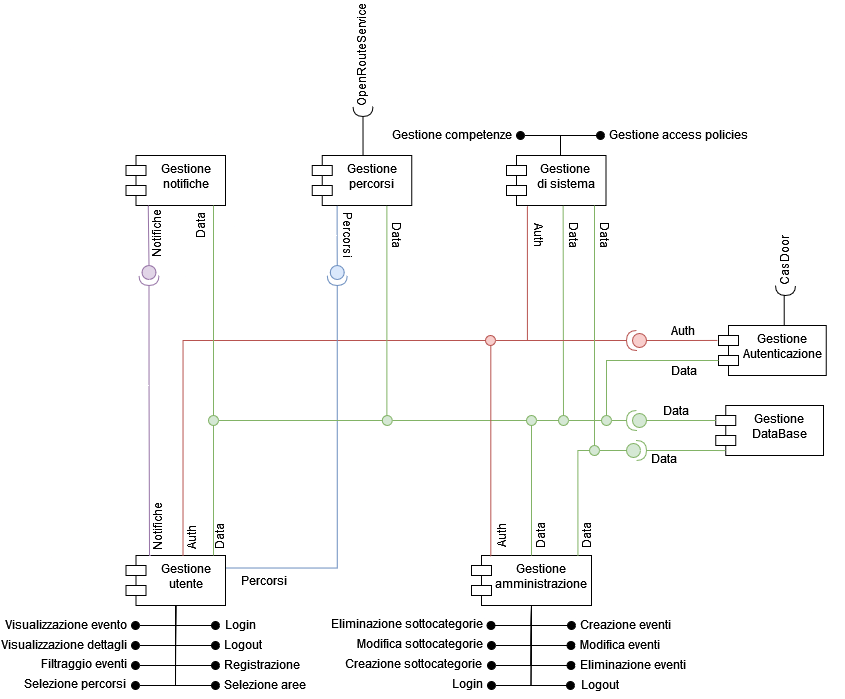
ELI20ZIVI/BeeLive keeps this draw.io diagram as Deliverable-2/Images/ComponentDiagram.png. Above is the earlier version. Source tidied: cells renumbered, new cells last; positions are measured from the earlier drawing's top-left corner, leaving out a move shared by most shapes.
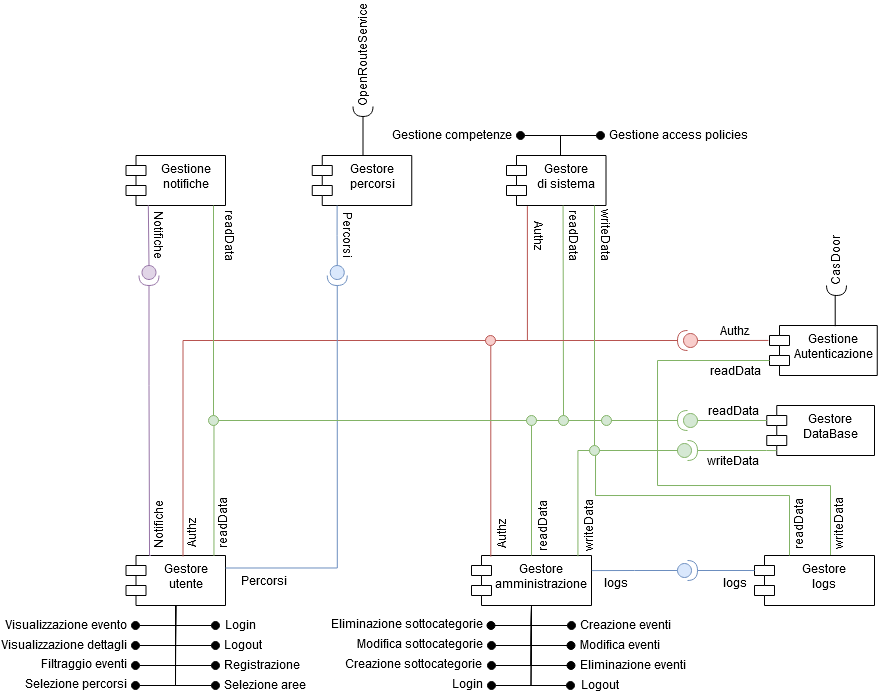
Above is the later version.

What changed in the source:
```diff
@@ -4,3 +4,3 @@
     <mxCell id="1" parent="0" />
-    <mxCell id="2" value="Gestione utente" style="shape=module;align=left;spacingLeft=20;align=center;verticalAlign=top;whiteSpace=wrap;html=1;" parent="1" vertex="1">
+    <mxCell id="2" value="Gestore utente" style="shape=module;align=left;spacingLeft=20;align=center;verticalAlign=top;whiteSpace=wrap;html=1;" parent="1" vertex="1">
       <mxGeometry x="125.5" y="515" width="99.5" height="50" as="geometry" />
@@ -42,15 +42,15 @@
     <mxCell id="9" value="Gestione Autenticazione" style="shape=module;align=left;spacingLeft=20;align=center;verticalAlign=top;whiteSpace=wrap;html=1;" parent="1" vertex="1">
-      <mxGeometry x="718" y="285" width="107.8" height="50" as="geometry" />
+      <mxGeometry x="769" y="285" width="107.8" height="50" as="geometry" />
     </mxCell>
     <mxCell id="10" style="shape=providedRequiredInterface;html=1;verticalLabelPosition=bottom;sketch=0;rotation=-180;fillColor=#f8cecc;strokeColor=#b85450;" parent="1" vertex="1">
-      <mxGeometry x="626" y="290" width="20" height="20" as="geometry" />
+      <mxGeometry x="677" y="290" width="20" height="20" as="geometry" />
     </mxCell>
-    <mxCell id="11" value="Auth" style="text;html=1;align=center;verticalAlign=middle;whiteSpace=wrap;rounded=0;rotation=-90;" parent="1" vertex="1">
-      <mxGeometry x="161" y="482" width="60" height="30" as="geometry" />
+    <mxCell id="11" value="Authz" style="text;html=1;align=center;verticalAlign=middle;whiteSpace=wrap;rounded=0;rotation=-90;" parent="1" vertex="1">
+      <mxGeometry x="161.5" y="478" width="60" height="30" as="geometry" />
     </mxCell>
-    <mxCell id="12" value="Gestione &lt;br&gt;&lt;div&gt;DataBase&lt;/div&gt;" style="shape=module;align=left;spacingLeft=20;align=center;verticalAlign=top;whiteSpace=wrap;html=1;" parent="1" vertex="1">
-      <mxGeometry x="715.2" y="365" width="107.8" height="50" as="geometry" />
+    <mxCell id="12" value="Gestore&lt;div&gt;DataBase&lt;/div&gt;" style="shape=module;align=left;spacingLeft=20;align=center;verticalAlign=top;whiteSpace=wrap;html=1;" parent="1" vertex="1">
+      <mxGeometry x="766.2" y="365" width="107.8" height="50" as="geometry" />
     </mxCell>
-    <mxCell id="13" value="Data" style="text;html=1;align=center;verticalAlign=middle;whiteSpace=wrap;rounded=0;" parent="1" vertex="1">
-      <mxGeometry x="654" y="315" width="60" height="30" as="geometry" />
+    <mxCell id="13" value="readData" style="text;html=1;align=center;verticalAlign=middle;whiteSpace=wrap;rounded=0;" parent="1" vertex="1">
+      <mxGeometry x="705" y="315" width="60" height="30" as="geometry" />
     </mxCell>
@@ -113,3 +113,3 @@
     </mxCell>
-    <mxCell id="24" value="Gestione amministrazione" style="shape=module;align=left;spacingLeft=20;align=center;verticalAlign=top;whiteSpace=wrap;html=1;" parent="1" vertex="1">
+    <mxCell id="24" value="Gestore amministrazione" style="shape=module;align=left;spacingLeft=20;align=center;verticalAlign=top;whiteSpace=wrap;html=1;" parent="1" vertex="1">
       <mxGeometry x="471" y="515" width="120" height="50" as="geometry" />
@@ -117,8 +117,8 @@
     <mxCell id="25" style="ellipse;whiteSpace=wrap;html=1;align=center;fillColor=none;strokeColor=none;perimeter=centerPerimeter;" parent="1" vertex="1">
-      <mxGeometry x="834.8" y="385" width="10" height="10" as="geometry" />
+      <mxGeometry x="885.8" y="385" width="10" height="10" as="geometry" />
     </mxCell>
-    <mxCell id="26" value="&lt;div&gt;Data&lt;/div&gt;" style="text;html=1;align=center;verticalAlign=middle;whiteSpace=wrap;rounded=0;" parent="1" vertex="1">
-      <mxGeometry x="634" y="403" width="60" height="30" as="geometry" />
+    <mxCell id="26" value="writeData" style="text;html=1;align=center;verticalAlign=middle;whiteSpace=wrap;rounded=0;" parent="1" vertex="1">
+      <mxGeometry x="685" y="405" width="96" height="30" as="geometry" />
     </mxCell>
-    <mxCell id="27" value="Gestione notifiche" style="shape=module;align=left;spacingLeft=20;align=center;verticalAlign=top;whiteSpace=wrap;html=1;" parent="1" vertex="1">
+    <mxCell id="27" value="&lt;div&gt;Gestione notifiche&lt;/div&gt;" style="shape=module;align=left;spacingLeft=20;align=center;verticalAlign=top;whiteSpace=wrap;html=1;" parent="1" vertex="1">
       <mxGeometry x="125.5" y="115" width="99.5" height="50" as="geometry" />
@@ -192,13 +192,13 @@
     </mxCell>
-    <mxCell id="40" value="Auth" style="text;html=1;align=center;verticalAlign=middle;whiteSpace=wrap;rounded=0;rotation=-90;" parent="1" vertex="1">
-      <mxGeometry x="471" y="480" width="60" height="30" as="geometry" />
+    <mxCell id="40" value="Authz" style="text;html=1;align=center;verticalAlign=middle;whiteSpace=wrap;rounded=0;rotation=-90;" parent="1" vertex="1">
+      <mxGeometry x="471" y="478" width="60" height="30" as="geometry" />
     </mxCell>
-    <mxCell id="41" value="Data" style="text;html=1;align=center;verticalAlign=middle;whiteSpace=wrap;rounded=0;rotation=-90;" parent="1" vertex="1">
-      <mxGeometry x="189" y="481" width="60" height="30" as="geometry" />
+    <mxCell id="41" value="readData" style="text;html=1;align=center;verticalAlign=middle;whiteSpace=wrap;rounded=0;rotation=-90;" parent="1" vertex="1">
+      <mxGeometry x="192.5" y="468" width="60" height="30" as="geometry" />
     </mxCell>
-    <mxCell id="42" value="Data" style="text;html=1;align=center;verticalAlign=middle;whiteSpace=wrap;rounded=0;rotation=-90;" parent="1" vertex="1">
-      <mxGeometry x="510" y="480" width="60" height="30" as="geometry" />
+    <mxCell id="42" value="readData" style="text;html=1;align=center;verticalAlign=middle;whiteSpace=wrap;rounded=0;rotation=-90;" parent="1" vertex="1">
+      <mxGeometry x="512" y="470" width="60" height="30" as="geometry" />
     </mxCell>
-    <mxCell id="43" value="Auth" style="text;html=1;align=center;verticalAlign=middle;whiteSpace=wrap;rounded=0;rotation=0;" parent="1" vertex="1">
-      <mxGeometry x="653" y="275" width="60" height="30" as="geometry" />
+    <mxCell id="43" value="Authz" style="text;html=1;align=center;verticalAlign=middle;whiteSpace=wrap;rounded=0;rotation=0;" parent="1" vertex="1">
+      <mxGeometry x="704" y="275" width="60" height="30" as="geometry" />
     </mxCell>
@@ -226,15 +226,15 @@
     <mxCell id="47" value="&lt;div&gt;Notifiche&lt;/div&gt;" style="text;html=1;align=center;verticalAlign=middle;whiteSpace=wrap;rounded=0;rotation=-90;" parent="1" vertex="1">
-      <mxGeometry x="127.5" y="471" width="60" height="30" as="geometry" />
+      <mxGeometry x="128" y="469" width="60" height="30" as="geometry" />
     </mxCell>
-    <mxCell id="48" value="&lt;div&gt;Notifiche&lt;/div&gt;" style="text;html=1;align=center;verticalAlign=middle;whiteSpace=wrap;rounded=0;rotation=-90;" parent="1" vertex="1">
-      <mxGeometry x="126.5" y="178" width="60" height="30" as="geometry" />
+    <mxCell id="48" value="&lt;div&gt;Notifiche&lt;/div&gt;" style="text;html=1;align=center;verticalAlign=middle;whiteSpace=wrap;rounded=0;rotation=90;" parent="1" vertex="1">
+      <mxGeometry x="129" y="180" width="60" height="30" as="geometry" />
     </mxCell>
-    <mxCell id="49" value="Data" style="text;html=1;align=center;verticalAlign=middle;whiteSpace=wrap;rounded=0;rotation=-90;" parent="1" vertex="1">
-      <mxGeometry x="170" y="170" width="60" height="30" as="geometry" />
+    <mxCell id="49" value="readData" style="text;html=1;align=center;verticalAlign=middle;whiteSpace=wrap;rounded=0;rotation=90;" parent="1" vertex="1">
+      <mxGeometry x="200" y="180" width="60" height="30" as="geometry" />
     </mxCell>
-    <mxCell id="50" value="Data" style="text;html=1;align=center;verticalAlign=middle;whiteSpace=wrap;rounded=0;rotation=-90;" parent="1" vertex="1">
-      <mxGeometry x="556" y="480" width="60" height="30" as="geometry" />
+    <mxCell id="50" value="writeData" style="text;html=1;align=center;verticalAlign=middle;whiteSpace=wrap;rounded=0;rotation=-90;" parent="1" vertex="1">
+      <mxGeometry x="558" y="470" width="60" height="30" as="geometry" />
     </mxCell>
-    <mxCell id="51" value="&lt;div&gt;Data&lt;/div&gt;" style="text;html=1;align=center;verticalAlign=middle;whiteSpace=wrap;rounded=0;" parent="1" vertex="1">
-      <mxGeometry x="646" y="355" width="60" height="30" as="geometry" />
+    <mxCell id="51" value="readData" style="text;html=1;align=center;verticalAlign=middle;whiteSpace=wrap;rounded=0;" parent="1" vertex="1">
+      <mxGeometry x="686" y="355" width="94" height="30" as="geometry" />
     </mxCell>
@@ -243,4 +243,14 @@
     </mxCell>
+    <mxCell id="100" style="edgeStyle=orthogonalEdgeStyle;rounded=0;jettySize=auto;html=1;exitX=1;exitY=0.5;exitDx=0;exitDy=0;exitPerimeter=0;entryX=0.75;entryY=0;entryDx=0;entryDy=0;fillColor=#d5e8d4;strokeColor=#82b366;endArrow=none;endFill=0;" parent="1" edge="1" source="53" target="102">
+      <mxGeometry relative="1" as="geometry">
+        <Array as="points">
+          <mxPoint x="657" y="380" />
+          <mxPoint x="657" y="445" />
+          <mxPoint x="830" y="445" />
+          <mxPoint x="830" y="515" />
+        </Array>
+      </mxGeometry>
+    </mxCell>
     <mxCell id="53" style="shape=providedRequiredInterface;html=1;verticalLabelPosition=bottom;sketch=0;rotation=-180;fillColor=#d5e8d4;strokeColor=#82b366;" parent="1" vertex="1">
-      <mxGeometry x="626" y="370" width="20" height="20" as="geometry" />
+      <mxGeometry x="677" y="370" width="20" height="20" as="geometry" />
     </mxCell>
@@ -267,3 +277,3 @@
     <mxCell id="59" style="shape=providedRequiredInterface;html=1;verticalLabelPosition=bottom;sketch=0;rotation=0;fillColor=#d5e8d4;strokeColor=#82b366;" parent="1" vertex="1">
-      <mxGeometry x="626" y="400" width="20" height="20" as="geometry" />
+      <mxGeometry x="677" y="400" width="20" height="20" as="geometry" />
     </mxCell>
@@ -272,3 +282,3 @@
         <Array as="points">
-          <mxPoint x="715" y="410" />
+          <mxPoint x="766" y="410" />
         </Array>
@@ -279,3 +289,3 @@
     </mxCell>
-    <mxCell id="62" value="Gestione percorsi" style="shape=module;align=left;spacingLeft=20;align=center;verticalAlign=top;whiteSpace=wrap;html=1;" parent="1" vertex="1">
+    <mxCell id="62" value="Gestore percorsi" style="shape=module;align=left;spacingLeft=20;align=center;verticalAlign=top;whiteSpace=wrap;html=1;" parent="1" vertex="1">
       <mxGeometry x="311.8" y="115" width="99.5" height="50" as="geometry" />
@@ -301,16 +311,4 @@
     </mxCell>
-    <mxCell id="68" style="edgeStyle=orthogonalEdgeStyle;rounded=0;jettySize=auto;html=1;exitX=0.75;exitY=1;exitDx=0;exitDy=0;entryX=0.873;entryY=0;entryDx=0;entryDy=0;entryPerimeter=0;endArrow=none;endFill=0;fillColor=#d5e8d4;strokeColor=#82b366;" parent="1" edge="1" source="62">
-      <mxGeometry relative="1" as="geometry">
-        <mxPoint x="213" y="515" as="targetPoint" />
-        <Array as="points">
-          <mxPoint x="386" y="380" />
-          <mxPoint x="213" y="380" />
-        </Array>
-      </mxGeometry>
-    </mxCell>
-    <mxCell id="69" value="Data" style="text;html=1;align=center;verticalAlign=middle;whiteSpace=wrap;rounded=0;rotation=90;" parent="1" vertex="1">
-      <mxGeometry x="363.8" y="180" width="68" height="30" as="geometry" />
-    </mxCell>
     <mxCell id="70" value="CasDoor" style="text;html=1;align=center;verticalAlign=middle;whiteSpace=wrap;rounded=0;rotation=-90;" parent="1" vertex="1">
-      <mxGeometry x="754" y="205" width="60" height="30" as="geometry" />
+      <mxGeometry x="805" y="205" width="60" height="30" as="geometry" />
     </mxCell>
@@ -329,3 +327,3 @@
     <mxCell id="75" style="shape=requiredInterface;html=1;verticalLabelPosition=bottom;sketch=0;rotation=90;" parent="1" vertex="1">
-      <mxGeometry x="780" y="240" width="10" height="20" as="geometry" />
+      <mxGeometry x="831" y="240" width="10" height="20" as="geometry" />
     </mxCell>
@@ -356,6 +354,6 @@
     </mxCell>
-    <mxCell id="81" value="Gestione &lt;br&gt;di sistema" style="shape=module;align=left;spacingLeft=20;align=center;verticalAlign=top;whiteSpace=wrap;html=1;" parent="1" vertex="1">
+    <mxCell id="81" value="Gestore&lt;br&gt;di sistema" style="shape=module;align=left;spacingLeft=20;align=center;verticalAlign=top;whiteSpace=wrap;html=1;" parent="1" vertex="1">
       <mxGeometry x="506" y="115" width="99.5" height="50" as="geometry" />
     </mxCell>
-    <mxCell id="82" value="Data" style="text;html=1;align=center;verticalAlign=middle;whiteSpace=wrap;rounded=0;rotation=90;" parent="1" vertex="1">
+    <mxCell id="82" value="readData" style="text;html=1;align=center;verticalAlign=middle;whiteSpace=wrap;rounded=0;rotation=90;" parent="1" vertex="1">
       <mxGeometry x="540" y="180" width="68" height="30" as="geometry" />
@@ -371,4 +369,5 @@
     </mxCell>
-    <mxCell id="84" style="edgeStyle=orthogonalEdgeStyle;rounded=0;jettySize=auto;html=1;exitX=0.75;exitY=1;exitDx=0;exitDy=0;entryX=0;entryY=0.5;entryDx=0;entryDy=0;entryPerimeter=0;endArrow=none;endFill=0;fillColor=#d5e8d4;strokeColor=#82b366;" parent="1" edge="1" source="89" target="59">
+    <mxCell id="84" style="edgeStyle=orthogonalEdgeStyle;rounded=0;jettySize=auto;html=1;exitX=0.75;exitY=1;exitDx=0;exitDy=0;entryX=0;entryY=0.5;entryDx=0;entryDy=0;entryPerimeter=0;endArrow=none;endFill=0;fillColor=#d5e8d4;strokeColor=#82b366;" parent="1" edge="1" target="59">
       <mxGeometry relative="1" as="geometry">
+        <mxPoint x="596.2" y="414.5" as="sourcePoint" />
         <Array as="points">
@@ -378,6 +377,6 @@
     </mxCell>
-    <mxCell id="85" value="Data" style="text;html=1;align=center;verticalAlign=middle;whiteSpace=wrap;rounded=0;rotation=90;" parent="1" vertex="1">
-      <mxGeometry x="571" y="180" width="68" height="30" as="geometry" />
+    <mxCell id="85" value="writeData" style="text;html=1;align=center;verticalAlign=middle;whiteSpace=wrap;rounded=0;rotation=90;" parent="1" vertex="1">
+      <mxGeometry x="572" y="180" width="68" height="30" as="geometry" />
     </mxCell>
-    <mxCell id="86" value="&lt;div&gt;Auth&lt;/div&gt;" style="text;html=1;align=center;verticalAlign=middle;whiteSpace=wrap;rounded=0;rotation=90;" parent="1" vertex="1">
+    <mxCell id="86" value="&lt;div&gt;Authz&lt;/div&gt;" style="text;html=1;align=center;verticalAlign=middle;whiteSpace=wrap;rounded=0;rotation=90;" parent="1" vertex="1">
       <mxGeometry x="509" y="180" width="60" height="30" as="geometry" />
@@ -387,5 +386,6 @@
     </mxCell>
-    <mxCell id="88" style="edgeStyle=orthogonalEdgeStyle;rounded=0;jettySize=auto;html=1;exitX=0.75;exitY=1;exitDx=0;exitDy=0;entryX=0;entryY=0.5;entryDx=0;entryDy=0;entryPerimeter=0;endArrow=none;endFill=0;fillColor=#d5e8d4;strokeColor=#82b366;" parent="1" edge="1" target="89">
+    <mxCell id="88" style="edgeStyle=orthogonalEdgeStyle;rounded=0;orthogonalLoop=1;jettySize=auto;html=1;exitX=0.75;exitY=1;exitDx=0;exitDy=0;entryX=0;entryY=0.5;entryDx=0;entryDy=0;entryPerimeter=0;endArrow=none;endFill=0;fillColor=#d5e8d4;strokeColor=#82b366;" parent="1" edge="1">
       <mxGeometry relative="1" as="geometry">
         <mxPoint x="594" y="165" as="sourcePoint" />
+        <mxPoint x="589" y="410" as="targetPoint" />
         <Array as="points">
@@ -395,20 +395,2 @@
     </mxCell>
-    <mxCell id="89" style="ellipse;whiteSpace=wrap;html=1;points=[];fillColor=#d5e8d4;strokeColor=#82b366;" parent="1" vertex="1">
-      <mxGeometry x="589" y="405" width="10" height="10" as="geometry" />
-    </mxCell>
-    <mxCell id="90" style="ellipse;whiteSpace=wrap;html=1;fillColor=#d5e8d4;strokeColor=#82b366;" parent="1" vertex="1">
-      <mxGeometry x="601" y="375" width="10" height="10" as="geometry" />
-    </mxCell>
-    <mxCell id="91" style="ellipse;whiteSpace=wrap;html=1;fillColor=#d5e8d4;strokeColor=#82b366;" parent="1" vertex="1">
-      <mxGeometry x="558" y="375" width="10" height="10" as="geometry" />
-    </mxCell>
-    <mxCell id="92" style="ellipse;whiteSpace=wrap;html=1;fillColor=#d5e8d4;strokeColor=#82b366;" parent="1" vertex="1">
-      <mxGeometry x="526" y="375" width="10" height="10" as="geometry" />
-    </mxCell>
-    <mxCell id="93" style="ellipse;whiteSpace=wrap;html=1;fillColor=#d5e8d4;strokeColor=#82b366;" parent="1" vertex="1">
-      <mxGeometry x="381.8" y="375" width="10" height="10" as="geometry" />
-    </mxCell>
-    <mxCell id="94" style="ellipse;whiteSpace=wrap;html=1;fillColor=#d5e8d4;strokeColor=#82b366;" parent="1" vertex="1">
-      <mxGeometry x="208" y="375" width="10" height="10" as="geometry" />
-    </mxCell>
     <mxCell id="95" style="ellipse;whiteSpace=wrap;html=1;fillColor=#f8cecc;strokeColor=#b85450;" parent="1" vertex="1">
@@ -440,2 +422,54 @@
     </mxCell>
+    <mxCell id="101" style="edgeStyle=orthogonalEdgeStyle;rounded=0;jettySize=auto;html=1;exitX=1;exitY=0.5;exitDx=0;exitDy=0;exitPerimeter=0;entryX=0.884;entryY=0.009;entryDx=0;entryDy=0;entryPerimeter=0;endArrow=none;endFill=0;fillColor=#d5e8d4;strokeColor=#82b366;" parent="1" edge="1" source="53" target="2">
+      <mxGeometry relative="1" as="geometry" />
+    </mxCell>
+    <mxCell id="94" style="ellipse;whiteSpace=wrap;html=1;fillColor=#d5e8d4;strokeColor=#82b366;" parent="1" vertex="1">
+      <mxGeometry x="208" y="375" width="10" height="10" as="geometry" />
+    </mxCell>
+    <mxCell id="92" style="ellipse;whiteSpace=wrap;html=1;fillColor=#d5e8d4;strokeColor=#82b366;" parent="1" vertex="1">
+      <mxGeometry x="526" y="375" width="10" height="10" as="geometry" />
+    </mxCell>
+    <mxCell id="91" style="ellipse;whiteSpace=wrap;html=1;fillColor=#d5e8d4;strokeColor=#82b366;" parent="1" vertex="1">
+      <mxGeometry x="558" y="375" width="10" height="10" as="geometry" />
+    </mxCell>
+    <mxCell id="90" style="ellipse;whiteSpace=wrap;html=1;fillColor=#d5e8d4;strokeColor=#82b366;" parent="1" vertex="1">
+      <mxGeometry x="601" y="375" width="10" height="10" as="geometry" />
+    </mxCell>
+    <mxCell id="102" value="Gestore&lt;br&gt;logs" style="shape=module;align=left;spacingLeft=20;align=center;verticalAlign=top;whiteSpace=wrap;html=1;" parent="1" vertex="1">
+      <mxGeometry x="754" y="515" width="120" height="50" as="geometry" />
+    </mxCell>
+    <mxCell id="103" value="logs" style="text;html=1;align=center;verticalAlign=middle;whiteSpace=wrap;rounded=0;" parent="1" vertex="1">
+      <mxGeometry x="592" y="527" width="48" height="30" as="geometry" />
+    </mxCell>
+    <mxCell id="104" style="edgeStyle=orthogonalEdgeStyle;rounded=0;jettySize=auto;html=1;exitX=0;exitY=0.5;exitDx=0;exitDy=0;exitPerimeter=0;entryX=1.002;entryY=0.302;entryDx=0;entryDy=0;entryPerimeter=0;endArrow=none;endFill=0;fillColor=#dae8fc;strokeColor=#6c8ebf;" parent="1" edge="1" source="105" target="24">
+      <mxGeometry relative="1" as="geometry" />
+    </mxCell>
+    <mxCell id="105" style="shape=providedRequiredInterface;html=1;verticalLabelPosition=bottom;sketch=0;rotation=0;fillColor=#dae8fc;strokeColor=#6c8ebf;" parent="1" vertex="1">
+      <mxGeometry x="677" y="520" width="20" height="20" as="geometry" />
+    </mxCell>
+    <mxCell id="106" style="edgeStyle=orthogonalEdgeStyle;rounded=0;jettySize=auto;html=1;exitX=1;exitY=0.5;exitDx=0;exitDy=0;exitPerimeter=0;entryX=0;entryY=0;entryDx=0;entryDy=15;entryPerimeter=0;endArrow=none;endFill=0;fillColor=#dae8fc;strokeColor=#6c8ebf;" parent="1" edge="1" source="105" target="102">
+      <mxGeometry relative="1" as="geometry" />
+    </mxCell>
+    <mxCell id="107" value="logs" style="text;html=1;align=center;verticalAlign=middle;whiteSpace=wrap;rounded=0;" parent="1" vertex="1">
+      <mxGeometry x="711" y="527" width="48" height="30" as="geometry" />
+    </mxCell>
+    <mxCell id="108" style="edgeStyle=orthogonalEdgeStyle;rounded=0;jettySize=auto;html=1;exitX=0.25;exitY=0;exitDx=0;exitDy=0;entryX=0;entryY=0.5;entryDx=0;entryDy=0;entryPerimeter=0;fillColor=#d5e8d4;strokeColor=#82b366;endArrow=none;endFill=0;" parent="1" edge="1" target="59">
+      <mxGeometry relative="1" as="geometry">
+        <mxPoint x="789" y="515" as="sourcePoint" />
+        <Array as="points">
+          <mxPoint x="789" y="455" />
+          <mxPoint x="595" y="455" />
+          <mxPoint x="595" y="410" />
+        </Array>
+      </mxGeometry>
+    </mxCell>
+    <mxCell id="89" style="ellipse;whiteSpace=wrap;html=1;points=[];fillColor=#d5e8d4;strokeColor=#82b366;" parent="1" vertex="1">
+      <mxGeometry x="589" y="405" width="10" height="10" as="geometry" />
+    </mxCell>
+    <mxCell id="109" value="readData" style="text;html=1;align=center;verticalAlign=middle;whiteSpace=wrap;rounded=0;rotation=-90;" parent="1" vertex="1">
+      <mxGeometry x="768" y="468" width="60" height="30" as="geometry" />
+    </mxCell>
+    <mxCell id="110" value="writeData" style="text;html=1;align=center;verticalAlign=middle;whiteSpace=wrap;rounded=0;rotation=-90;" parent="1" vertex="1">
+      <mxGeometry x="808" y="468" width="60" height="30" as="geometry" />
+    </mxCell>
   </root>
```
